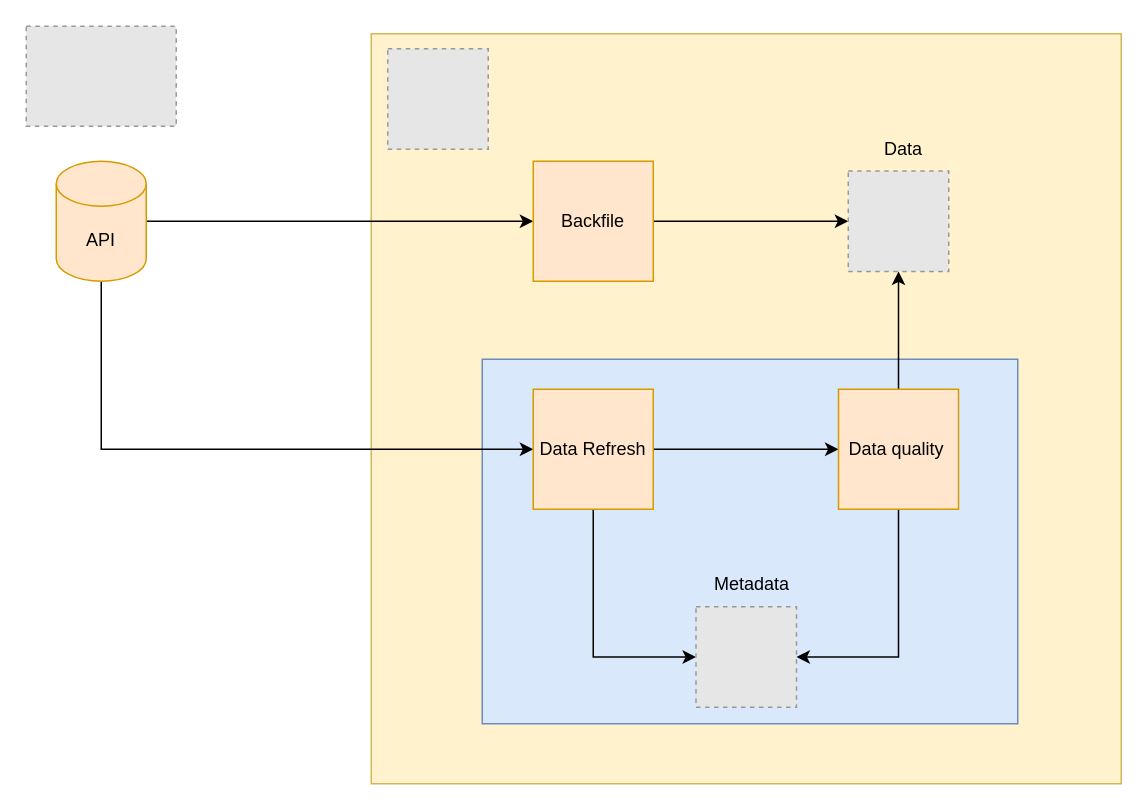
Above: page "Page-2" (2 of 2) of diagrams/general architecture.drawio in RamiKrispin/NYgrid (draw.io), before the change. Source tidied: cells renumbered, new cells numbered last; positions are measured from the earlier drawing's top-left corner, leaving out a move shared by most shapes. Both pictures are drawn from the tidied source at 150%, with x=0, y=0 at pixel (26, 26). Pictures stored in the file or linked from it are replaced by grey dashed boxes.
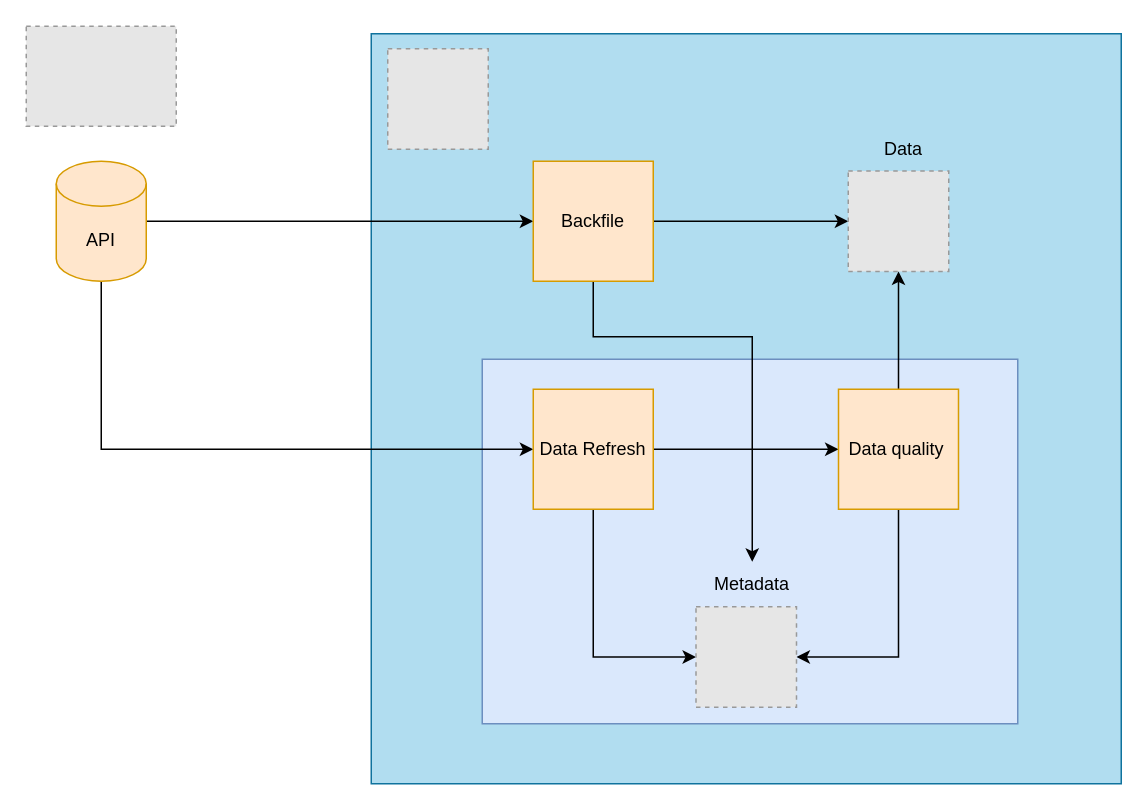
Above is the later version.

The change refers to these unchanged cells:
```xml
<mxCell id="10" value="Backfile" style="whiteSpace=wrap;html=1;fillColor=#ffe6cc;strokeColor=#d79b00;" parent="1" vertex="1">
  <mxGeometry x="338" y="90" width="80" height="80" as="geometry" />
</mxCell>
<mxCell id="19" value="Metadata" style="text;html=1;strokeColor=none;fillColor=none;align=center;verticalAlign=middle;whiteSpace=wrap;rounded=0;" parent="1" vertex="1">
  <mxGeometry x="453.5" y="357" width="60" height="30" as="geometry" />
</mxCell>
```

What changed in the source:
```diff
@@
-    <mxCell id="2" style="whiteSpace=wrap;html=1;fillColor=#fff2cc;strokeColor=#d6b656;" parent="1" vertex="1">
+    <mxCell id="2" style="whiteSpace=wrap;html=1;fillColor=#b1ddf0;strokeColor=#10739e;" parent="1" vertex="1">
       <mxGeometry x="230" y="5" width="500" height="500" as="geometry" />
     </mxCell>
@@
+    <mxCell id="21" style="edgeStyle=orthogonalEdgeStyle;rounded=0;jettySize=auto;html=1;exitX=0.5;exitY=1;exitDx=0;exitDy=0;" parent="1" edge="1" source="10" target="19">
+      <mxGeometry relative="1" as="geometry">
+        <Array as="points">
+          <mxPoint x="378" y="207" />
+          <mxPoint x="484" y="207" />
+        </Array>
+      </mxGeometry>
+    </mxCell>
```
